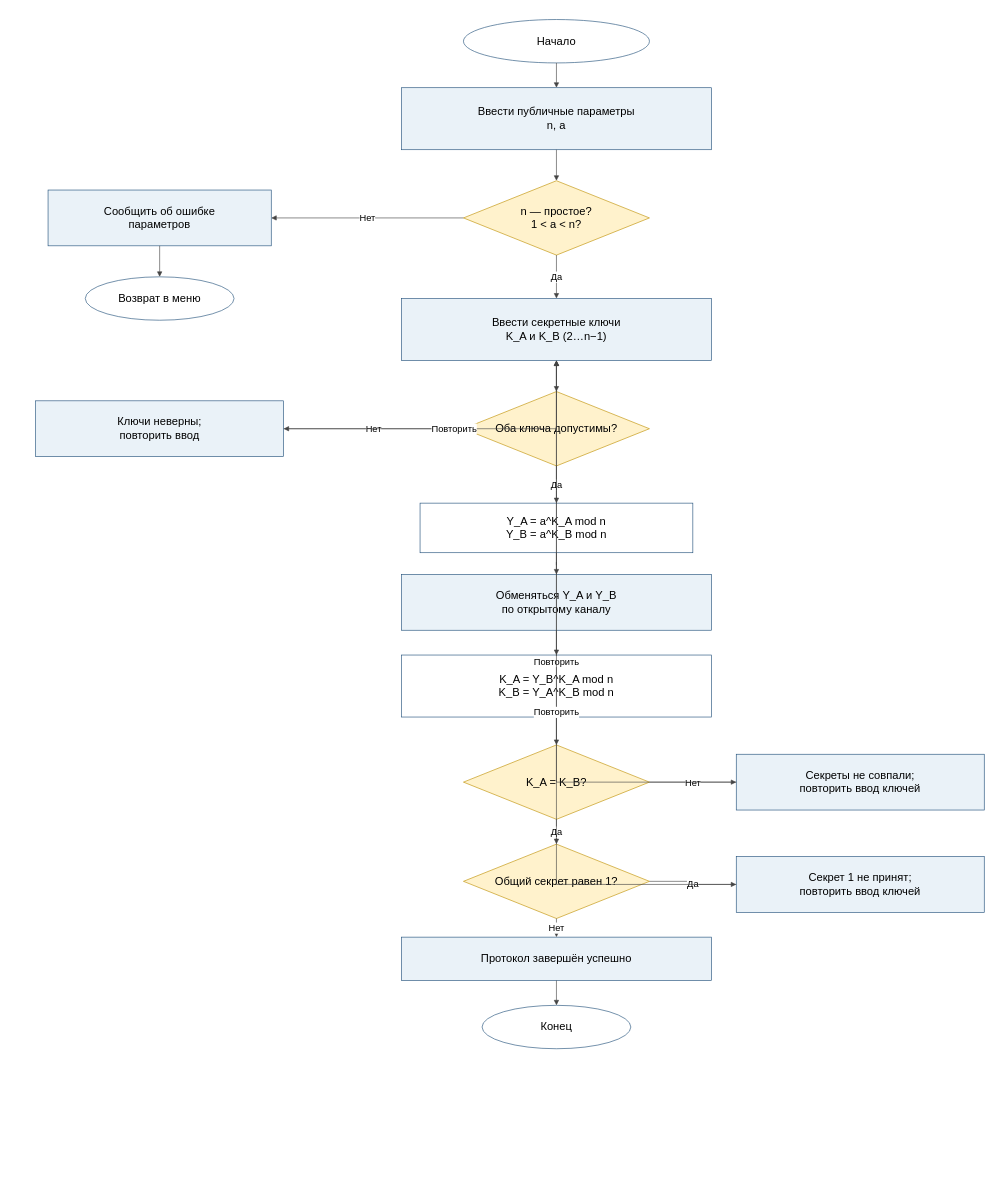
Above: Блок-схемы_исходники/Диффи_Хеллман.drawio in JoraBorn228/crypto1 (draw.io), before the change. Source tidied: cells renumbered, new cells numbered last; positions are measured from the earlier drawing's top-left corner, leaving out a move shared by most shapes. Both pictures are drawn from the tidied source at 62%, with x=0, y=0 at pixel (35, 19).
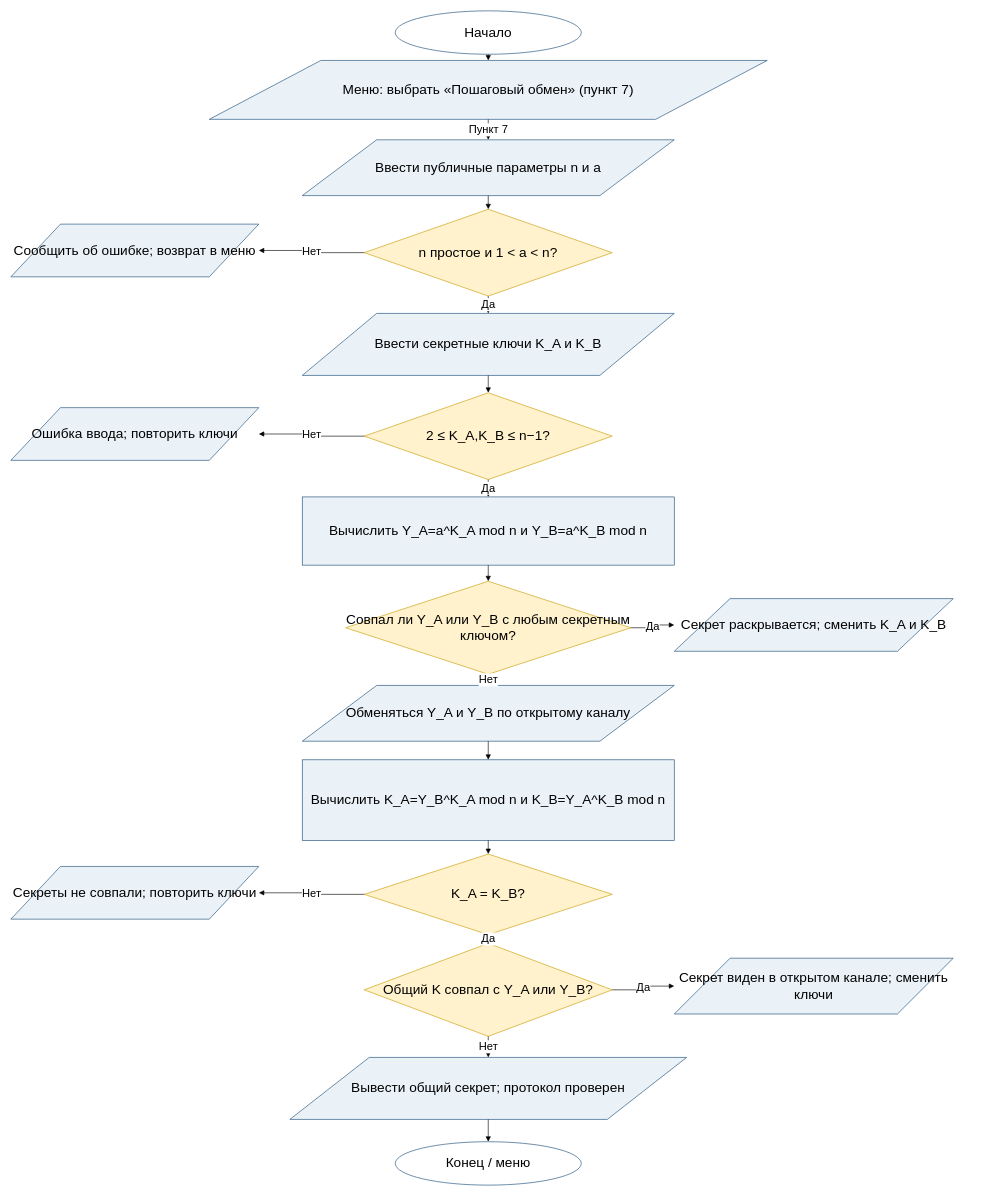
The same page after the edit.

Diff of the diagram source:
```diff
@@
-    <mxCell id="2" value="Начало" style="ellipse;whiteSpace=wrap;html=1;fillColor=#ffffff;strokeColor=#1f4e79;fontSize=18;fontFamily=Arial;" parent="1" vertex="1">
-      <mxGeometry x="690" width="300" height="70" as="geometry" />
+    <mxCell id="2" value="Начало" style="shape=ellipse;whiteSpace=wrap;html=1;fillColor=#ffffff;strokeColor=#174a75;fontSize=22;rounded=0;" parent="1" vertex="1">
+      <mxGeometry x="580" y="-14" width="300" height="70" as="geometry" />
     </mxCell>
-    <mxCell id="3" value="Ввести публичные параметры&lt;br&gt;n, a" style="parallelogram;whiteSpace=wrap;html=1;fillColor=#eaf2f8;strokeColor=#1f4e79;fontSize=18;fontFamily=Arial;" parent="1" vertex="1">
-      <mxGeometry x="590" y="110" width="500" height="100" as="geometry" />
-    </mxCell>
-    <mxCell id="4" value="n — простое?&lt;br&gt;1 &lt; a &lt; n?" style="rhombus;whiteSpace=wrap;html=1;fillColor=#fff2cc;strokeColor=#bf9000;fontSize=18;fontFamily=Arial;" parent="1" vertex="1">
-      <mxGeometry x="690" y="260" width="300" height="120" as="geometry" />
-    </mxCell>
-    <mxCell id="5" value="Сообщить об ошибке&lt;br&gt;параметров" style="parallelogram;whiteSpace=wrap;html=1;fillColor=#eaf2f8;strokeColor=#1f4e79;fontSize=18;fontFamily=Arial;" parent="1" vertex="1">
-      <mxGeometry x="20" y="275" width="360" height="90" as="geometry" />
-    </mxCell>
-    <mxCell id="6" value="Возврат в меню" style="ellipse;whiteSpace=wrap;html=1;fillColor=#ffffff;strokeColor=#1f4e79;fontSize=18;fontFamily=Arial;" parent="1" vertex="1">
-      <mxGeometry x="80" y="415" width="240" height="70" as="geometry" />
-    </mxCell>
-    <mxCell id="7" value="Ввести секретные ключи&lt;br&gt;K_A и K_B (2…n−1)" style="parallelogram;whiteSpace=wrap;html=1;fillColor=#eaf2f8;strokeColor=#1f4e79;fontSize=18;fontFamily=Arial;" parent="1" vertex="1">
-      <mxGeometry x="590" y="450" width="500" height="100" as="geometry" />
-    </mxCell>
-    <mxCell id="8" value="Оба ключа допустимы?" style="rhombus;whiteSpace=wrap;html=1;fillColor=#fff2cc;strokeColor=#bf9000;fontSize=18;fontFamily=Arial;" parent="1" vertex="1">
-      <mxGeometry x="690" y="600" width="300" height="120" as="geometry" />
-    </mxCell>
-    <mxCell id="9" value="Ключи неверны;&lt;br&gt;повторить ввод" style="parallelogram;whiteSpace=wrap;html=1;fillColor=#eaf2f8;strokeColor=#1f4e79;fontSize=18;fontFamily=Arial;" parent="1" vertex="1">
-      <mxGeometry y="615" width="400" height="90" as="geometry" />
-    </mxCell>
-    <mxCell id="10" value="Y_A = a^K_A mod n&lt;br&gt;Y_B = a^K_B mod n" style="whiteSpace=wrap;html=1;fillColor=#ffffff;strokeColor=#1f4e79;fontSize=18;fontFamily=Arial;" parent="1" vertex="1">
-      <mxGeometry x="620" y="780" width="440" height="80" as="geometry" />
-    </mxCell>
+    <mxCell id="38" value="Меню: выбрать «Пошаговый обмен» (пункт 7)" style="shape=parallelogram;whiteSpace=wrap;html=1;fillColor=#eaf2f8;strokeColor=#174a75;fontSize=22;rounded=0;" parent="1" vertex="1">
+      <mxGeometry x="280" y="66" width="900" height="95" as="geometry" />
+    </mxCell>
+    <mxCell id="39" value="Ввести публичные параметры n и a" style="shape=parallelogram;whiteSpace=wrap;html=1;fillColor=#eaf2f8;strokeColor=#174a75;fontSize=22;rounded=0;" parent="1" vertex="1">
+      <mxGeometry x="430" y="194" width="600" height="90" as="geometry" />
+    </mxCell>
+    <mxCell id="40" value="n простое и 1 &lt; a &lt; n?" style="shape=rhombus;whiteSpace=wrap;html=1;fillColor=#fff2cc;strokeColor=#c99a00;fontSize=22;rounded=0;" parent="1" vertex="1">
+      <mxGeometry x="530" y="306" width="400" height="140" as="geometry" />
+    </mxCell>
+    <mxCell id="41" value="Сообщить об ошибке; возврат в меню" style="shape=parallelogram;whiteSpace=wrap;html=1;fillColor=#eaf2f8;strokeColor=#174a75;fontSize=22;rounded=0;" parent="1" vertex="1">
+      <mxGeometry x="-40" y="330" width="400" height="85" as="geometry" />
+    </mxCell>
+    <mxCell id="42" value="Ввести секретные ключи K_A и K_B" style="shape=parallelogram;whiteSpace=wrap;html=1;fillColor=#eaf2f8;strokeColor=#174a75;fontSize=22;rounded=0;" parent="1" vertex="1">
+      <mxGeometry x="430" y="474" width="600" height="100" as="geometry" />
+    </mxCell>
+    <mxCell id="43" value="2 ≤ K_A,K_B ≤ n−1?" style="shape=rhombus;whiteSpace=wrap;html=1;fillColor=#fff2cc;strokeColor=#c99a00;fontSize=22;rounded=0;" parent="1" vertex="1">
+      <mxGeometry x="530" y="602" width="400" height="140" as="geometry" />
+    </mxCell>
+    <mxCell id="44" value="Ошибка ввода; повторить ключи" style="shape=parallelogram;whiteSpace=wrap;html=1;fillColor=#eaf2f8;strokeColor=#174a75;fontSize=22;rounded=0;" parent="1" vertex="1">
+      <mxGeometry x="-40" y="626" width="400" height="85" as="geometry" />
+    </mxCell>
+    <mxCell id="45" value="Вычислить Y_A=a^K_A mod n и Y_B=a^K_B mod n" style="shape=rectangle;whiteSpace=wrap;html=1;fillColor=#eaf2f8;strokeColor=#174a75;fontSize=22;rounded=0;" parent="1" vertex="1">
+      <mxGeometry x="430" y="770" width="600" height="110" as="geometry" />
+    </mxCell>
+    <mxCell id="46" value="Совпал ли Y_A или Y_B с любым секретным ключом?" style="shape=rhombus;whiteSpace=wrap;html=1;fillColor=#fff2cc;strokeColor=#c99a00;fontSize=22;rounded=0;" parent="1" vertex="1">
+      <mxGeometry x="500" y="906" width="460" height="150" as="geometry" />
+    </mxCell>
+    <mxCell id="47" value="Секрет раскрывается; сменить K_A и K_B" style="shape=parallelogram;whiteSpace=wrap;html=1;fillColor=#eaf2f8;strokeColor=#174a75;fontSize=22;rounded=0;" parent="1" vertex="1">
+      <mxGeometry x="1030" y="934" width="450" height="85" as="geometry" />
+    </mxCell>
-    <mxCell id="11" value="Обменяться Y_A и Y_B&lt;br&gt;по открытому каналу" style="parallelogram;whiteSpace=wrap;html=1;fillColor=#eaf2f8;strokeColor=#1f4e79;fontSize=18;fontFamily=Arial;" parent="1" vertex="1">
-      <mxGeometry x="590" y="895" width="500" height="90" as="geometry" />
+    <mxCell id="11" value="Обменяться Y_A и Y_B по открытому каналу" style="shape=parallelogram;whiteSpace=wrap;html=1;fillColor=#eaf2f8;strokeColor=#174a75;fontSize=22;rounded=0;" parent="1" vertex="1">
+      <mxGeometry x="430" y="1074" width="600" height="90" as="geometry" />
     </mxCell>
-    <mxCell id="12" value="K_A = Y_B^K_A mod n&lt;br&gt;K_B = Y_A^K_B mod n" style="whiteSpace=wrap;html=1;fillColor=#ffffff;strokeColor=#1f4e79;fontSize=18;fontFamily=Arial;" parent="1" vertex="1">
-      <mxGeometry x="590" y="1025" width="500" height="100" as="geometry" />
-    </mxCell>
+    <mxCell id="48" value="Вычислить K_A=Y_B^K_A mod n и K_B=Y_A^K_B mod n" style="shape=rectangle;whiteSpace=wrap;html=1;fillColor=#eaf2f8;strokeColor=#174a75;fontSize=22;rounded=0;" parent="1" vertex="1">
+      <mxGeometry x="430" y="1194" width="600" height="130" as="geometry" />
+    </mxCell>
-    <mxCell id="13" value="K_A = K_B?" style="rhombus;whiteSpace=wrap;html=1;fillColor=#fff2cc;strokeColor=#bf9000;fontSize=18;fontFamily=Arial;" parent="1" vertex="1">
-      <mxGeometry x="690" y="1170" width="300" height="120" as="geometry" />
+    <mxCell id="13" value="K_A = K_B?" style="shape=rhombus;whiteSpace=wrap;html=1;fillColor=#fff2cc;strokeColor=#c99a00;fontSize=22;rounded=0;" parent="1" vertex="1">
+      <mxGeometry x="530" y="1346" width="400" height="130" as="geometry" />
     </mxCell>
-    <mxCell id="14" value="Секреты не совпали;&lt;br&gt;повторить ввод ключей" style="parallelogram;whiteSpace=wrap;html=1;fillColor=#eaf2f8;strokeColor=#1f4e79;fontSize=18;fontFamily=Arial;" parent="1" vertex="1">
-      <mxGeometry x="1130" y="1185" width="400" height="90" as="geometry" />
-    </mxCell>
-    <mxCell id="15" value="Общий секрет равен 1?" style="rhombus;whiteSpace=wrap;html=1;fillColor=#fff2cc;strokeColor=#bf9000;fontSize=18;fontFamily=Arial;" parent="1" vertex="1">
-      <mxGeometry x="690" y="1330" width="300" height="120" as="geometry" />
-    </mxCell>
-    <mxCell id="16" value="Секрет 1 не принят;&lt;br&gt;повторить ввод ключей" style="parallelogram;whiteSpace=wrap;html=1;fillColor=#eaf2f8;strokeColor=#1f4e79;fontSize=18;fontFamily=Arial;" parent="1" vertex="1">
-      <mxGeometry x="1130" y="1350" width="400" height="90" as="geometry" />
-    </mxCell>
-    <mxCell id="17" value="Протокол завершён успешно" style="parallelogram;whiteSpace=wrap;html=1;fillColor=#eaf2f8;strokeColor=#1f4e79;fontSize=18;fontFamily=Arial;" parent="1" vertex="1">
-      <mxGeometry x="590" y="1480" width="500" height="70" as="geometry" />
-    </mxCell>
-    <mxCell id="18" value="Конец" style="ellipse;whiteSpace=wrap;html=1;fillColor=#ffffff;strokeColor=#1f4e79;fontSize=18;fontFamily=Arial;" parent="1" vertex="1">
-      <mxGeometry x="720" y="1590" width="240" height="70" as="geometry" />
-    </mxCell>
-    <mxCell id="19" style="edgeStyle=orthogonalEdgeStyle;rounded=0;jettySize=auto;html=1;endArrow=block;endFill=1;strokeColor=#444444;fontSize=15;fontFamily=Arial;" parent="1" edge="1" source="2" target="3">
-      <mxGeometry relative="1" as="geometry" />
-    </mxCell>
-    <mxCell id="20" style="edgeStyle=orthogonalEdgeStyle;rounded=0;jettySize=auto;html=1;endArrow=block;endFill=1;strokeColor=#444444;fontSize=15;fontFamily=Arial;" parent="1" edge="1" source="3" target="4">
-      <mxGeometry relative="1" as="geometry" />
-    </mxCell>
-    <mxCell id="21" value="Да" style="edgeStyle=orthogonalEdgeStyle;rounded=0;jettySize=auto;html=1;endArrow=block;endFill=1;strokeColor=#444444;fontSize=15;fontFamily=Arial;" parent="1" edge="1" source="4" target="7">
-      <mxGeometry relative="1" as="geometry" />
-    </mxCell>
-    <mxCell id="22" value="Нет" style="edgeStyle=orthogonalEdgeStyle;rounded=0;jettySize=auto;html=1;endArrow=block;endFill=1;strokeColor=#444444;fontSize=15;fontFamily=Arial;" parent="1" edge="1" source="4" target="5">
-      <mxGeometry relative="1" as="geometry" />
-    </mxCell>
-    <mxCell id="23" style="edgeStyle=orthogonalEdgeStyle;rounded=0;jettySize=auto;html=1;endArrow=block;endFill=1;strokeColor=#444444;fontSize=15;fontFamily=Arial;" parent="1" edge="1" source="5" target="6">
-      <mxGeometry relative="1" as="geometry" />
-    </mxCell>
-    <mxCell id="24" style="edgeStyle=orthogonalEdgeStyle;rounded=0;jettySize=auto;html=1;endArrow=block;endFill=1;strokeColor=#444444;fontSize=15;fontFamily=Arial;" parent="1" edge="1" source="7" target="8">
-      <mxGeometry relative="1" as="geometry" />
-    </mxCell>
-    <mxCell id="25" value="Да" style="edgeStyle=orthogonalEdgeStyle;rounded=0;jettySize=auto;html=1;endArrow=block;endFill=1;strokeColor=#444444;fontSize=15;fontFamily=Arial;" parent="1" edge="1" source="8" target="10">
-      <mxGeometry relative="1" as="geometry" />
-    </mxCell>
-    <mxCell id="26" value="Нет" style="edgeStyle=orthogonalEdgeStyle;rounded=0;jettySize=auto;html=1;endArrow=block;endFill=1;strokeColor=#444444;fontSize=15;fontFamily=Arial;" parent="1" edge="1" source="8" target="9">
-      <mxGeometry relative="1" as="geometry" />
-    </mxCell>
-    <mxCell id="27" value="Повторить" style="edgeStyle=orthogonalEdgeStyle;rounded=0;jettySize=auto;html=1;endArrow=block;endFill=1;strokeColor=#444444;fontSize=15;fontFamily=Arial;" parent="1" edge="1" source="9" target="7">
-      <mxGeometry relative="1" as="geometry" />
-    </mxCell>
-    <mxCell id="28" style="edgeStyle=orthogonalEdgeStyle;rounded=0;jettySize=auto;html=1;endArrow=block;endFill=1;strokeColor=#444444;fontSize=15;fontFamily=Arial;" parent="1" edge="1" source="10" target="11">
-      <mxGeometry relative="1" as="geometry" />
-    </mxCell>
-    <mxCell id="29" style="edgeStyle=orthogonalEdgeStyle;rounded=0;jettySize=auto;html=1;endArrow=block;endFill=1;strokeColor=#444444;fontSize=15;fontFamily=Arial;" parent="1" edge="1" source="11" target="12">
-      <mxGeometry relative="1" as="geometry" />
-    </mxCell>
-    <mxCell id="30" style="edgeStyle=orthogonalEdgeStyle;rounded=0;jettySize=auto;html=1;endArrow=block;endFill=1;strokeColor=#444444;fontSize=15;fontFamily=Arial;" parent="1" edge="1" source="12" target="13">
-      <mxGeometry relative="1" as="geometry" />
-    </mxCell>
-    <mxCell id="31" value="Нет" style="edgeStyle=orthogonalEdgeStyle;rounded=0;jettySize=auto;html=1;endArrow=block;endFill=1;strokeColor=#444444;fontSize=15;fontFamily=Arial;" parent="1" edge="1" source="13" target="14">
-      <mxGeometry relative="1" as="geometry" />
-    </mxCell>
-    <mxCell id="32" value="Повторить" style="edgeStyle=orthogonalEdgeStyle;rounded=0;jettySize=auto;html=1;endArrow=block;endFill=1;strokeColor=#444444;fontSize=15;fontFamily=Arial;" parent="1" edge="1" source="14" target="7">
-      <mxGeometry relative="1" as="geometry" />
-    </mxCell>
-    <mxCell id="33" value="Да" style="edgeStyle=orthogonalEdgeStyle;rounded=0;jettySize=auto;html=1;endArrow=block;endFill=1;strokeColor=#444444;fontSize=15;fontFamily=Arial;" parent="1" edge="1" source="13" target="15">
-      <mxGeometry relative="1" as="geometry" />
-    </mxCell>
-    <mxCell id="34" value="Да" style="edgeStyle=orthogonalEdgeStyle;rounded=0;jettySize=auto;html=1;endArrow=block;endFill=1;strokeColor=#444444;fontSize=15;fontFamily=Arial;" parent="1" edge="1" source="15" target="16">
-      <mxGeometry relative="1" as="geometry" />
-    </mxCell>
-    <mxCell id="35" value="Повторить" style="edgeStyle=orthogonalEdgeStyle;rounded=0;jettySize=auto;html=1;endArrow=block;endFill=1;strokeColor=#444444;fontSize=15;fontFamily=Arial;" parent="1" edge="1" source="16" target="7">
-      <mxGeometry relative="1" as="geometry" />
-    </mxCell>
-    <mxCell id="36" value="Нет" style="edgeStyle=orthogonalEdgeStyle;rounded=0;jettySize=auto;html=1;endArrow=block;endFill=1;strokeColor=#444444;fontSize=15;fontFamily=Arial;" parent="1" edge="1" source="15" target="17">
-      <mxGeometry relative="1" as="geometry" />
-    </mxCell>
-    <mxCell id="37" style="edgeStyle=orthogonalEdgeStyle;rounded=0;jettySize=auto;html=1;endArrow=block;endFill=1;strokeColor=#444444;fontSize=15;fontFamily=Arial;" parent="1" edge="1" source="17" target="18">
-      <mxGeometry relative="1" as="geometry" />
-    </mxCell>
+    <mxCell id="49" value="Секреты не совпали; повторить ключи" style="shape=parallelogram;whiteSpace=wrap;html=1;fillColor=#eaf2f8;strokeColor=#174a75;fontSize=22;rounded=0;" parent="1" vertex="1">
+      <mxGeometry x="-40" y="1366" width="400" height="85" as="geometry" />
+    </mxCell>
+    <mxCell id="50" value="Общий K совпал с Y_A или Y_B?" style="shape=rhombus;whiteSpace=wrap;html=1;fillColor=#fff2cc;strokeColor=#c99a00;fontSize=22;rounded=0;" parent="1" vertex="1">
+      <mxGeometry x="530" y="1490" width="400" height="150" as="geometry" />
+    </mxCell>
+    <mxCell id="51" value="Секрет виден в открытом канале; сменить ключи" style="shape=parallelogram;whiteSpace=wrap;html=1;fillColor=#eaf2f8;strokeColor=#174a75;fontSize=22;rounded=0;" parent="1" vertex="1">
+      <mxGeometry x="1030" y="1514" width="450" height="90" as="geometry" />
+    </mxCell>
+    <mxCell id="52" value="Вывести общий секрет; протокол проверен" style="shape=parallelogram;whiteSpace=wrap;html=1;fillColor=#eaf2f8;strokeColor=#174a75;fontSize=22;rounded=0;" parent="1" vertex="1">
+      <mxGeometry x="410" y="1674" width="640" height="100" as="geometry" />
+    </mxCell>
+    <mxCell id="53" value="Конец / меню" style="shape=ellipse;whiteSpace=wrap;html=1;fillColor=#ffffff;strokeColor=#174a75;fontSize=22;rounded=0;" parent="1" vertex="1">
+      <mxGeometry x="580" y="1810" width="300" height="70" as="geometry" />
+    </mxCell>
+    <mxCell id="54" style="edgeStyle=orthogonalEdgeStyle;rounded=0;jettySize=auto;html=1;endArrow=block;endFill=1;fontSize=18;labelBackgroundColor=#ffffff;exitX=0.5;exitY=1;entryX=0.5;entryY=0;exitDx=0;exitDy=0;entryDx=0;entryDy=0;" parent="1" edge="1" source="2" target="38">
+      <mxGeometry relative="1" as="geometry" />
+    </mxCell>
+    <mxCell id="55" value="Пункт 7" style="edgeStyle=orthogonalEdgeStyle;rounded=0;jettySize=auto;html=1;endArrow=block;endFill=1;fontSize=18;labelBackgroundColor=#ffffff;exitX=0.5;exitY=1;entryX=0.5;entryY=0;exitDx=0;exitDy=0;entryDx=0;entryDy=0;" parent="1" edge="1" source="38" target="39">
+      <mxGeometry relative="1" as="geometry" />
+    </mxCell>
+    <mxCell id="56" style="edgeStyle=orthogonalEdgeStyle;rounded=0;jettySize=auto;html=1;endArrow=block;endFill=1;fontSize=18;labelBackgroundColor=#ffffff;exitX=0.5;exitY=1;entryX=0.5;entryY=0;exitDx=0;exitDy=0;entryDx=0;entryDy=0;" parent="1" edge="1" source="39" target="40">
+      <mxGeometry relative="1" as="geometry" />
+    </mxCell>
+    <mxCell id="57" value="Нет" style="edgeStyle=orthogonalEdgeStyle;rounded=0;jettySize=auto;html=1;endArrow=block;endFill=1;fontSize=18;labelBackgroundColor=#ffffff;exitX=0;exitY=0.5;entryX=1;entryY=0.5;exitDx=0;exitDy=0;entryDx=0;entryDy=0;" parent="1" edge="1" source="40" target="41">
+      <mxGeometry relative="1" as="geometry" />
+    </mxCell>
+    <mxCell id="58" value="Да" style="edgeStyle=orthogonalEdgeStyle;rounded=0;jettySize=auto;html=1;endArrow=block;endFill=1;fontSize=18;labelBackgroundColor=#ffffff;exitX=0.5;exitY=1;entryX=0.5;entryY=0;exitDx=0;exitDy=0;entryDx=0;entryDy=0;" parent="1" edge="1" source="40" target="42">
+      <mxGeometry relative="1" as="geometry" />
+    </mxCell>
+    <mxCell id="59" style="edgeStyle=orthogonalEdgeStyle;rounded=0;jettySize=auto;html=1;endArrow=block;endFill=1;fontSize=18;labelBackgroundColor=#ffffff;exitX=0.5;exitY=1;entryX=0.5;entryY=0;exitDx=0;exitDy=0;entryDx=0;entryDy=0;" parent="1" edge="1" source="42" target="43">
+      <mxGeometry relative="1" as="geometry" />
+    </mxCell>
+    <mxCell id="60" value="Нет" style="edgeStyle=orthogonalEdgeStyle;rounded=0;jettySize=auto;html=1;endArrow=block;endFill=1;fontSize=18;labelBackgroundColor=#ffffff;exitX=0;exitY=0.5;entryX=1;entryY=0.5;exitDx=0;exitDy=0;entryDx=0;entryDy=0;" parent="1" edge="1" source="43" target="44">
+      <mxGeometry relative="1" as="geometry" />
+    </mxCell>
+    <mxCell id="61" value="Да" style="edgeStyle=orthogonalEdgeStyle;rounded=0;jettySize=auto;html=1;endArrow=block;endFill=1;fontSize=18;labelBackgroundColor=#ffffff;exitX=0.5;exitY=1;entryX=0.5;entryY=0;exitDx=0;exitDy=0;entryDx=0;entryDy=0;" parent="1" edge="1" source="43" target="45">
+      <mxGeometry relative="1" as="geometry" />
+    </mxCell>
+    <mxCell id="62" style="edgeStyle=orthogonalEdgeStyle;rounded=0;jettySize=auto;html=1;endArrow=block;endFill=1;fontSize=18;labelBackgroundColor=#ffffff;exitX=0.5;exitY=1;entryX=0.5;entryY=0;exitDx=0;exitDy=0;entryDx=0;entryDy=0;" parent="1" edge="1" source="45" target="46">
+      <mxGeometry relative="1" as="geometry" />
+    </mxCell>
+    <mxCell id="63" value="Да" style="edgeStyle=orthogonalEdgeStyle;rounded=0;jettySize=auto;html=1;endArrow=block;endFill=1;fontSize=18;labelBackgroundColor=#ffffff;exitX=1;exitY=0.5;entryX=0;entryY=0.5;exitDx=0;exitDy=0;entryDx=0;entryDy=0;" parent="1" edge="1" source="46" target="47">
+      <mxGeometry relative="1" as="geometry" />
+    </mxCell>
+    <mxCell id="64" value="Нет" style="edgeStyle=orthogonalEdgeStyle;rounded=0;jettySize=auto;html=1;endArrow=block;endFill=1;fontSize=18;labelBackgroundColor=#ffffff;exitX=0.5;exitY=1;entryX=0.5;entryY=0;exitDx=0;exitDy=0;entryDx=0;entryDy=0;" parent="1" edge="1" source="46" target="11">
+      <mxGeometry relative="1" as="geometry" />
+    </mxCell>
+    <mxCell id="65" style="edgeStyle=orthogonalEdgeStyle;rounded=0;jettySize=auto;html=1;endArrow=block;endFill=1;fontSize=18;labelBackgroundColor=#ffffff;exitX=0.5;exitY=1;entryX=0.5;entryY=0;exitDx=0;exitDy=0;entryDx=0;entryDy=0;" parent="1" edge="1" source="11" target="48">
+      <mxGeometry relative="1" as="geometry" />
+    </mxCell>
+    <mxCell id="66" style="edgeStyle=orthogonalEdgeStyle;rounded=0;jettySize=auto;html=1;endArrow=block;endFill=1;fontSize=18;labelBackgroundColor=#ffffff;exitX=0.5;exitY=1;entryX=0.5;entryY=0;exitDx=0;exitDy=0;entryDx=0;entryDy=0;" parent="1" edge="1" source="48" target="13">
+      <mxGeometry relative="1" as="geometry" />
+    </mxCell>
+    <mxCell id="67" value="Нет" style="edgeStyle=orthogonalEdgeStyle;rounded=0;jettySize=auto;html=1;endArrow=block;endFill=1;fontSize=18;labelBackgroundColor=#ffffff;exitX=0;exitY=0.5;entryX=1;entryY=0.5;exitDx=0;exitDy=0;entryDx=0;entryDy=0;" parent="1" edge="1" source="13" target="49">
+      <mxGeometry relative="1" as="geometry" />
+    </mxCell>
+    <mxCell id="68" value="Да" style="edgeStyle=orthogonalEdgeStyle;rounded=0;jettySize=auto;html=1;endArrow=block;endFill=1;fontSize=18;labelBackgroundColor=#ffffff;exitX=0.5;exitY=1;entryX=0.5;entryY=0;exitDx=0;exitDy=0;entryDx=0;entryDy=0;" parent="1" edge="1" source="13" target="50">
+      <mxGeometry relative="1" as="geometry" />
+    </mxCell>
+    <mxCell id="69" value="Да" style="edgeStyle=orthogonalEdgeStyle;rounded=0;jettySize=auto;html=1;endArrow=block;endFill=1;fontSize=18;labelBackgroundColor=#ffffff;exitX=1;exitY=0.5;entryX=0;entryY=0.5;exitDx=0;exitDy=0;entryDx=0;entryDy=0;" parent="1" edge="1" source="50" target="51">
+      <mxGeometry relative="1" as="geometry" />
+    </mxCell>
+    <mxCell id="70" value="Нет" style="edgeStyle=orthogonalEdgeStyle;rounded=0;jettySize=auto;html=1;endArrow=block;endFill=1;fontSize=18;labelBackgroundColor=#ffffff;exitX=0.5;exitY=1;entryX=0.5;entryY=0;exitDx=0;exitDy=0;entryDx=0;entryDy=0;" parent="1" edge="1" source="50" target="52">
+      <mxGeometry relative="1" as="geometry" />
+    </mxCell>
+    <mxCell id="71" style="edgeStyle=orthogonalEdgeStyle;rounded=0;jettySize=auto;html=1;endArrow=block;endFill=1;fontSize=18;labelBackgroundColor=#ffffff;exitX=0.5;exitY=1;entryX=0.5;entryY=0;exitDx=0;exitDy=0;entryDx=0;entryDy=0;" parent="1" edge="1" source="52" target="53">
+      <mxGeometry relative="1" as="geometry" />
+    </mxCell>
```
